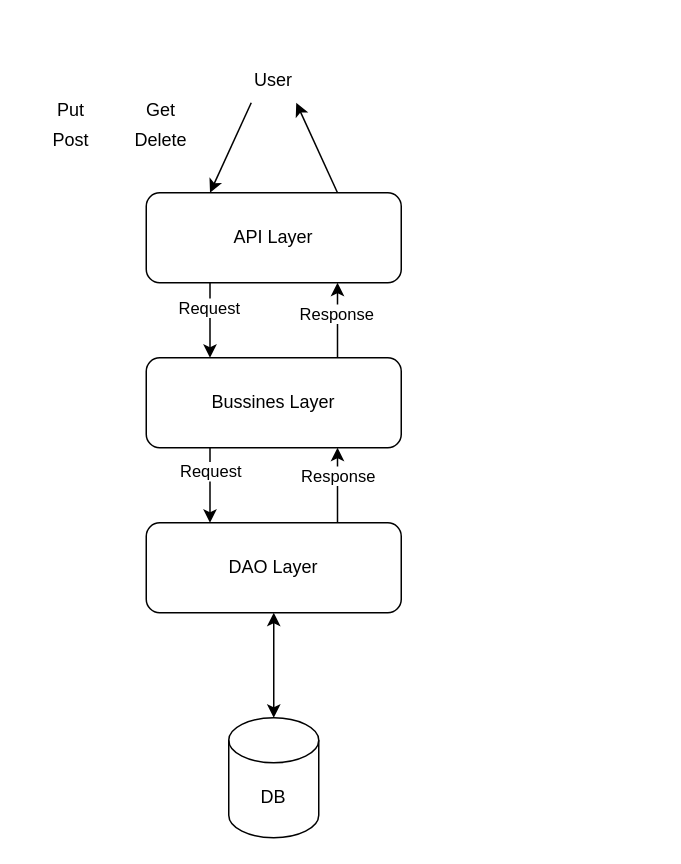
Above: schema.drawio in vladik9/Spring-CrudAPI-N-Tier (draw.io), before the change. Source tidied: cells renumbered, new cells numbered last; positions are measured from the earlier drawing's top-left corner, leaving out a move shared by most shapes. Both pictures are drawn from the tidied source at 150%, with x=0, y=0 at pixel (26, 57).
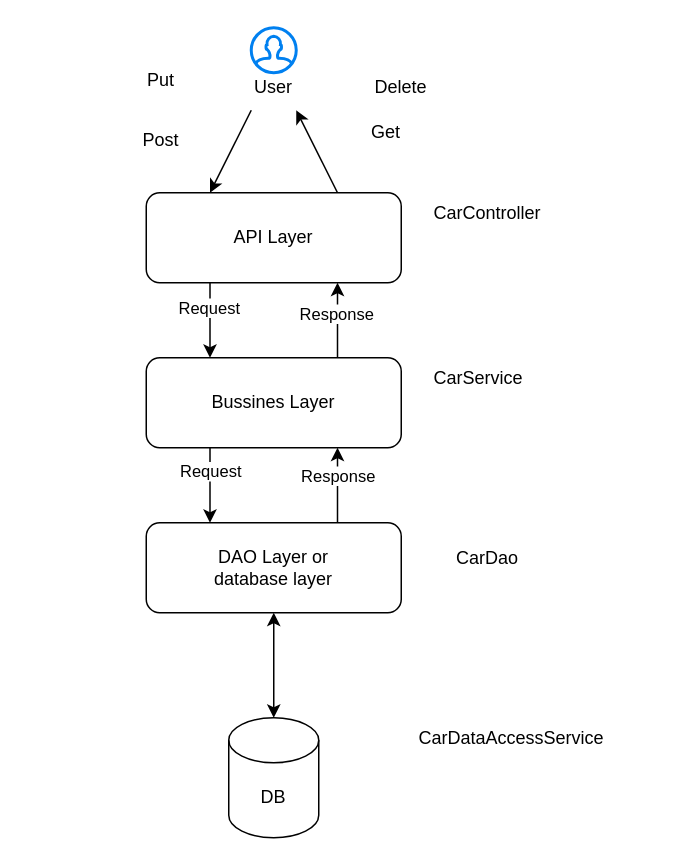
Above is the later version.

What changed in the source:
```diff
@@
-    <mxCell id="14" value="DAO Layer" style="rounded=1;whiteSpace=wrap;html=1;" parent="1" vertex="1">
+    <mxCell id="14" value="DAO Layer or&lt;br&gt;database layer" style="rounded=1;whiteSpace=wrap;html=1;" parent="1" vertex="1">
       <mxGeometry x="80" y="310" width="170" height="60" as="geometry" />
     </mxCell>
@@
     <mxCell id="17" value="User" style="text;html=1;strokeColor=none;fillColor=none;align=center;verticalAlign=middle;whiteSpace=wrap;rounded=0;" parent="1" vertex="1">
-      <mxGeometry x="135" width="60" height="30" as="geometry" />
+      <mxGeometry x="135" y="5" width="60" height="30" as="geometry" />
     </mxCell>
     <mxCell id="18" value="Put" style="text;html=1;strokeColor=none;fillColor=none;align=center;verticalAlign=middle;whiteSpace=wrap;rounded=0;" parent="1" vertex="1">
-      <mxGeometry y="20" width="60" height="30" as="geometry" />
+      <mxGeometry x="60" width="60" height="30" as="geometry" />
     </mxCell>
     <mxCell id="19" value="Get" style="text;html=1;strokeColor=none;fillColor=none;align=center;verticalAlign=middle;whiteSpace=wrap;rounded=0;" parent="1" vertex="1">
-      <mxGeometry x="60" y="20" width="60" height="30" as="geometry" />
+      <mxGeometry x="210" y="35" width="60" height="30" as="geometry" />
     </mxCell>
     <mxCell id="20" value="Post" style="text;html=1;strokeColor=none;fillColor=none;align=center;verticalAlign=middle;whiteSpace=wrap;rounded=0;" parent="1" vertex="1">
-      <mxGeometry y="40" width="60" height="30" as="geometry" />
+      <mxGeometry x="60" y="40" width="60" height="30" as="geometry" />
     </mxCell>
     <mxCell id="21" value="Delete" style="text;html=1;strokeColor=none;fillColor=none;align=center;verticalAlign=middle;whiteSpace=wrap;rounded=0;" parent="1" vertex="1">
-      <mxGeometry x="60" y="40" width="60" height="30" as="geometry" />
+      <mxGeometry x="220" y="5" width="60" height="30" as="geometry" />
     </mxCell>
+    <mxCell id="22" style="html=1;verticalLabelPosition=bottom;align=center;labelBackgroundColor=#ffffff;verticalAlign=top;strokeWidth=2;strokeColor=#0080F0;shadow=0;dashed=0;shape=mxgraph.ios7.icons.user;" parent="1" vertex="1">
+      <mxGeometry x="150" y="-20" width="30" height="30" as="geometry" />
+    </mxCell>
+    <mxCell id="23" value="CarController" style="text;whiteSpace=wrap;html=1;" parent="1" vertex="1">
+      <mxGeometry x="270" y="90" width="100" height="40" as="geometry" />
+    </mxCell>
+    <mxCell id="24" value="CarDao" style="text;whiteSpace=wrap;html=1;" parent="1" vertex="1">
+      <mxGeometry x="285" y="320" width="70" height="40" as="geometry" />
+    </mxCell>
+    <mxCell id="25" value="CarService" style="text;whiteSpace=wrap;html=1;" parent="1" vertex="1">
+      <mxGeometry x="270" y="200" width="90" height="40" as="geometry" />
+    </mxCell>
+    <mxCell id="26" value="CarDataAccessService" style="text;whiteSpace=wrap;html=1;" parent="1" vertex="1">
+      <mxGeometry x="260" y="440" width="160" height="40" as="geometry" />
+    </mxCell>
```
